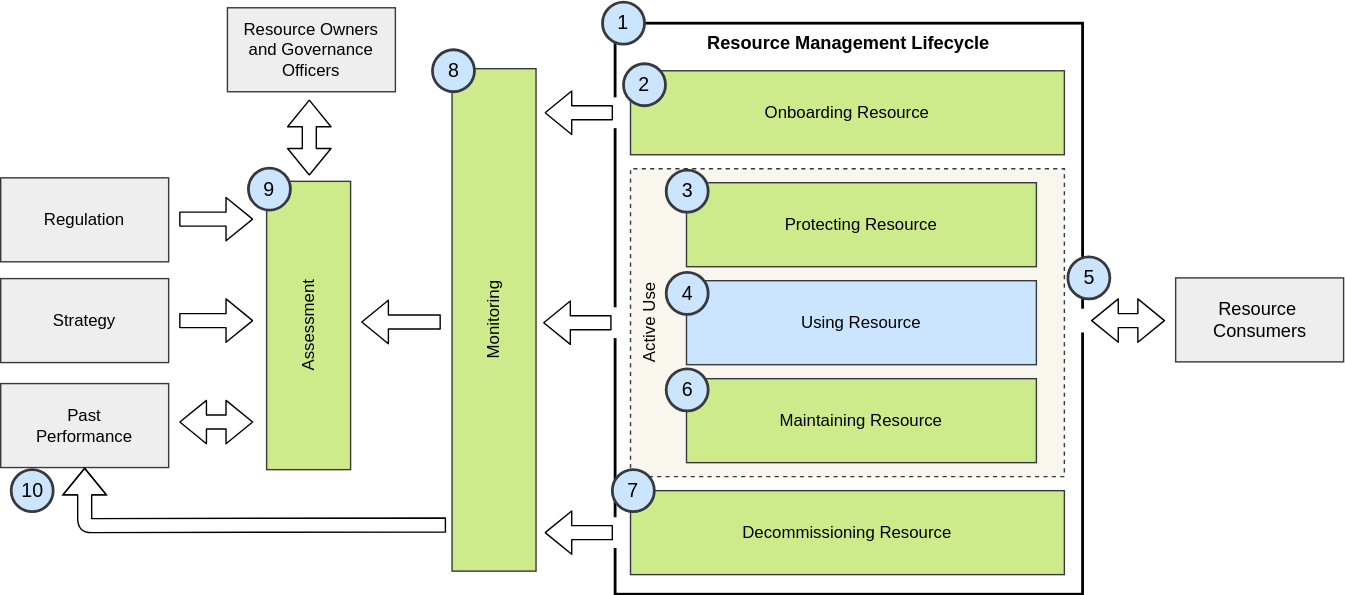
Before: site/docs/practices/governance-basics/capabilities-of-the-governing-systems.svg, a diagram exported from draw.io (odpi/egeria-docs). Source tidied: cells renumbered, new cells last; positions are measured from the earlier drawing's top-left corner, leaving out a move shared by most shapes. Source of this version:
```xml
<mxGraphModel>
  <root>
    <mxCell id="0" />
    <mxCell id="1" parent="0" />
    <mxCell id="2" style="shape=flexArrow;endArrow=classic;startArrow=classic;html=1;strokeColor=#000000;fontSize=13;entryX=0.5;entryY=0;entryDx=0;entryDy=0;" parent="1" edge="1" source="4" target="3">
      <mxGeometry relative="1" as="geometry" />
    </mxCell>
    <mxCell id="3" style="rounded=0;whiteSpace=wrap;html=1;strokeColor=none;strokeWidth=1;fontSize=13;align=center;" parent="1" vertex="1">
      <mxGeometry x="225.5" y="124" width="40" height="20" as="geometry" />
    </mxCell>
    <mxCell id="4" style="rounded=0;whiteSpace=wrap;html=1;strokeColor=none;strokeWidth=1;fontSize=13;align=center;" parent="1" vertex="1">
      <mxGeometry x="225.5" y="49.5" width="40" height="20" as="geometry" />
    </mxCell>
    <mxCell id="5" value="Resource Management Lifecycle" style="rounded=0;whiteSpace=wrap;html=1;strokeColor=#000000;strokeWidth=2;fontSize=13;align=center;verticalAlign=top;fontStyle=1;" parent="1" vertex="1">
      <mxGeometry x="464" y="15" width="334" height="408" as="geometry" />
    </mxCell>
    <mxCell id="6" style="rounded=0;whiteSpace=wrap;html=1;rotation=-90;strokeColor=none;" parent="1" vertex="1">
      <mxGeometry x="459" y="71.5" width="22" height="15" as="geometry" />
    </mxCell>
    <mxCell id="7" style="shape=flexArrow;endArrow=classic;html=1;entryX=0.5;entryY=1;entryDx=0;entryDy=0;exitX=0.5;exitY=0;exitDx=0;exitDy=0;strokeColor=#000000;" parent="1" edge="1" source="6" target="8">
      <mxGeometry relative="1" as="geometry" />
    </mxCell>
    <mxCell id="8" style="rounded=0;whiteSpace=wrap;html=1;rotation=-90;strokeColor=none;" parent="1" vertex="1">
      <mxGeometry x="395" y="71.5" width="22" height="15" as="geometry" />
    </mxCell>
    <mxCell id="9" style="rounded=0;whiteSpace=wrap;html=1;rotation=-90;strokeColor=none;" parent="1" vertex="1">
      <mxGeometry x="458" y="221.5" width="22" height="15" as="geometry" />
    </mxCell>
    <mxCell id="10" style="shape=flexArrow;endArrow=classic;html=1;entryX=0.5;entryY=1;entryDx=0;entryDy=0;exitX=0.5;exitY=0;exitDx=0;exitDy=0;strokeColor=#000000;" parent="1" edge="1" source="9" target="11">
      <mxGeometry relative="1" as="geometry" />
    </mxCell>
    <mxCell id="11" style="rounded=0;whiteSpace=wrap;html=1;rotation=-90;strokeColor=none;" parent="1" vertex="1">
      <mxGeometry x="394" y="221.5" width="22" height="15" as="geometry" />
    </mxCell>
    <mxCell id="12" style="rounded=0;whiteSpace=wrap;html=1;rotation=-90;strokeColor=none;" parent="1" vertex="1">
      <mxGeometry x="130" y="221" width="290" height="15" as="geometry" />
    </mxCell>
    <mxCell id="13" style="rounded=0;whiteSpace=wrap;html=1;rotation=-90;strokeColor=none;" parent="1" vertex="1">
      <mxGeometry x="202" y="221" width="290" height="15" as="geometry" />
    </mxCell>
    <mxCell id="14" style="rounded=0;whiteSpace=wrap;html=1;rotation=-90;strokeColor=none;" parent="1" vertex="1">
      <mxGeometry x="459" y="371.5" width="22" height="15" as="geometry" />
    </mxCell>
    <mxCell id="15" style="shape=flexArrow;endArrow=classic;html=1;entryX=0.5;entryY=1;entryDx=0;entryDy=0;exitX=0.5;exitY=0;exitDx=0;exitDy=0;strokeColor=#000000;" parent="1" edge="1" source="14" target="16">
      <mxGeometry relative="1" as="geometry" />
    </mxCell>
    <mxCell id="16" style="rounded=0;whiteSpace=wrap;html=1;rotation=-90;strokeColor=none;" parent="1" vertex="1">
      <mxGeometry x="395" y="371.5" width="22" height="15" as="geometry" />
    </mxCell>
    <mxCell id="17" style="rounded=0;whiteSpace=wrap;html=1;rotation=-90;strokeColor=none;" parent="1" vertex="1">
      <mxGeometry y="220" width="290" height="15" as="geometry" />
    </mxCell>
    <mxCell id="18" value="Onboarding Resource" style="rounded=0;whiteSpace=wrap;html=1;fillColor=#cdeb8b;strokeColor=#36393d;" parent="1" vertex="1">
      <mxGeometry x="475" y="49" width="310" height="60" as="geometry" />
    </mxCell>
    <mxCell id="19" value="Decommissioning Resource" style="rounded=0;whiteSpace=wrap;html=1;fillColor=#cdeb8b;strokeColor=#36393d;" parent="1" vertex="1">
      <mxGeometry x="475" y="349" width="310" height="60" as="geometry" />
    </mxCell>
    <mxCell id="20" value="Active Use" style="rounded=0;whiteSpace=wrap;html=1;verticalAlign=top;dashed=1;rotation=-90;fillColor=#f9f7ed;strokeColor=#36393d;" parent="1" vertex="1">
      <mxGeometry x="520" y="74" width="220" height="310" as="geometry" />
    </mxCell>
    <mxCell id="21" style="shape=flexArrow;endArrow=classic;html=1;entryX=0.75;entryY=0;entryDx=0;entryDy=0;exitX=0.75;exitY=1;exitDx=0;exitDy=0;" parent="1" edge="1" source="17" target="26">
      <mxGeometry relative="1" as="geometry" />
    </mxCell>
    <mxCell id="22" value="Regulation" style="rounded=0;whiteSpace=wrap;html=1;fillColor=#eeeeee;strokeColor=#36393d;" parent="1" vertex="1">
      <mxGeometry x="25" y="125.5" width="120" height="60" as="geometry" />
    </mxCell>
    <mxCell id="23" value="Strategy" style="rounded=0;whiteSpace=wrap;html=1;fillColor=#eeeeee;strokeColor=#36393d;" parent="1" vertex="1">
      <mxGeometry x="25" y="197.5" width="120" height="60" as="geometry" />
    </mxCell>
    <mxCell id="24" value="Past&lt;br&gt;Performance&lt;br&gt;" style="rounded=0;whiteSpace=wrap;html=1;fillColor=#eeeeee;strokeColor=#36393d;" parent="1" vertex="1">
      <mxGeometry x="25" y="272.5" width="120" height="60" as="geometry" />
    </mxCell>
    <mxCell id="25" style="shape=flexArrow;endArrow=classic;html=1;entryX=0.5;entryY=0;entryDx=0;entryDy=0;exitX=0.5;exitY=1;exitDx=0;exitDy=0;" parent="1" edge="1" source="17" target="26">
      <mxGeometry relative="1" as="geometry" />
    </mxCell>
    <mxCell id="26" style="rounded=0;whiteSpace=wrap;html=1;rotation=-90;strokeColor=none;" parent="1" vertex="1">
      <mxGeometry x="68" y="220" width="290" height="15" as="geometry" />
    </mxCell>
    <mxCell id="27" value="Assessment" style="rounded=0;whiteSpace=wrap;html=1;rotation=-90;fillColor=#cdeb8b;strokeColor=#36393d;" parent="1" vertex="1">
      <mxGeometry x="142" y="201" width="206" height="60" as="geometry" />
    </mxCell>
    <mxCell id="28" value="Using Resource" style="rounded=0;whiteSpace=wrap;html=1;strokeColor=#36393d;fillColor=#cce5ff;" parent="1" vertex="1">
      <mxGeometry x="515" y="199" width="250" height="60" as="geometry" />
    </mxCell>
    <mxCell id="29" value="Maintaining Resource" style="rounded=0;whiteSpace=wrap;html=1;strokeColor=#36393d;fillColor=#cdeb8b;" parent="1" vertex="1">
      <mxGeometry x="515" y="269" width="250" height="60" as="geometry" />
    </mxCell>
    <mxCell id="30" value="Protecting Resource" style="rounded=0;whiteSpace=wrap;html=1;strokeColor=#36393d;fillColor=#cdeb8b;" parent="1" vertex="1">
      <mxGeometry x="515" y="129" width="250" height="60" as="geometry" />
    </mxCell>
    <mxCell id="31" value="Monitoring" style="rounded=0;whiteSpace=wrap;html=1;rotation=-90;fillColor=#cdeb8b;strokeColor=#36393d;" parent="1" vertex="1">
      <mxGeometry x="198" y="197" width="359" height="60" as="geometry" />
    </mxCell>
    <mxCell id="32" style="shape=flexArrow;endArrow=classic;html=1;entryX=0.5;entryY=1;entryDx=0;entryDy=0;exitX=0;exitY=0.25;exitDx=0;exitDy=0;" parent="1" edge="1" source="13" target="24">
      <mxGeometry relative="1" as="geometry">
        <Array as="points">
          <mxPoint x="85" y="374" />
        </Array>
      </mxGeometry>
    </mxCell>
    <mxCell id="33" style="shape=flexArrow;endArrow=classic;startArrow=classic;html=1;strokeColor=#000000;entryX=0.25;entryY=0;entryDx=0;entryDy=0;exitX=0.25;exitY=1;exitDx=0;exitDy=0;" parent="1" edge="1" source="17" target="26">
      <mxGeometry relative="1" as="geometry" />
    </mxCell>
    <mxCell id="34" style="shape=flexArrow;endArrow=classic;html=1;strokeColor=#000000;entryX=0.5;entryY=1;entryDx=0;entryDy=0;exitX=0.5;exitY=0;exitDx=0;exitDy=0;" parent="1" edge="1" source="13" target="12">
      <mxGeometry relative="1" as="geometry" />
    </mxCell>
    <mxCell id="35" value="&lt;div style=&quot;text-align: center&quot;&gt;&lt;span&gt;1&lt;/span&gt;&lt;/div&gt;" style="ellipse;whiteSpace=wrap;html=1;strokeColor=#36393d;strokeWidth=2;fontSize=14;align=center;fillColor=#cce5ff;" parent="1" vertex="1">
      <mxGeometry x="455" width="30" height="30" as="geometry" />
    </mxCell>
    <mxCell id="36" value="&lt;div style=&quot;text-align: center&quot;&gt;&lt;span&gt;2&lt;/span&gt;&lt;/div&gt;" style="ellipse;whiteSpace=wrap;html=1;strokeColor=#36393d;strokeWidth=2;fontSize=14;align=center;fillColor=#cce5ff;" parent="1" vertex="1">
      <mxGeometry x="470" y="44" width="30" height="30" as="geometry" />
    </mxCell>
    <mxCell id="37" value="&lt;div style=&quot;text-align: center&quot;&gt;&lt;span&gt;3&lt;/span&gt;&lt;/div&gt;" style="ellipse;whiteSpace=wrap;html=1;strokeColor=#36393d;strokeWidth=2;fontSize=14;align=center;fillColor=#cce5ff;" parent="1" vertex="1">
      <mxGeometry x="500.5" y="120" width="30" height="30" as="geometry" />
    </mxCell>
    <mxCell id="38" value="&lt;div style=&quot;text-align: center&quot;&gt;&lt;span&gt;4&lt;/span&gt;&lt;/div&gt;" style="ellipse;whiteSpace=wrap;html=1;strokeColor=#36393d;strokeWidth=2;fontSize=14;align=center;fillColor=#cce5ff;" parent="1" vertex="1">
      <mxGeometry x="500.5" y="193" width="30" height="30" as="geometry" />
    </mxCell>
    <mxCell id="39" value="&lt;div style=&quot;text-align: center&quot;&gt;&lt;span&gt;5&lt;/span&gt;&lt;/div&gt;" style="ellipse;whiteSpace=wrap;html=1;strokeColor=#36393d;strokeWidth=2;fontSize=14;align=center;fillColor=#cce5ff;" parent="1" vertex="1">
      <mxGeometry x="787.5" y="182" width="30" height="30" as="geometry" />
    </mxCell>
    <mxCell id="40" value="Resource Owners and Governance Officers" style="rounded=0;whiteSpace=wrap;html=1;fillColor=#eeeeee;strokeColor=#36393d;" parent="1" vertex="1">
      <mxGeometry x="187" y="4" width="120" height="60" as="geometry" />
    </mxCell>
    <mxCell id="41" style="rounded=0;whiteSpace=wrap;html=1;rotation=-90;strokeColor=none;" parent="1" vertex="1">
      <mxGeometry x="788" y="220" width="17" height="15" as="geometry" />
    </mxCell>
    <mxCell id="42" style="rounded=0;whiteSpace=wrap;html=1;rotation=-90;strokeColor=none;" parent="1" vertex="1">
      <mxGeometry x="856" y="220" width="17" height="15" as="geometry" />
    </mxCell>
    <mxCell id="43" style="shape=flexArrow;endArrow=classic;startArrow=classic;html=1;strokeColor=#000000;entryX=0.5;entryY=0;entryDx=0;entryDy=0;" parent="1" edge="1" source="41" target="42">
      <mxGeometry relative="1" as="geometry" />
    </mxCell>
    <mxCell id="44" value="Resource&amp;nbsp;&lt;br&gt;Consumers&lt;br&gt;" style="rounded=0;whiteSpace=wrap;html=1;strokeColor=#36393d;strokeWidth=1;fontSize=13;align=center;spacing=2;fillColor=#eeeeee;" parent="1" vertex="1">
      <mxGeometry x="864.5" y="197" width="120" height="60" as="geometry" />
    </mxCell>
    <mxCell id="45" value="&lt;div style=&quot;text-align: center&quot;&gt;&lt;span&gt;9&lt;/span&gt;&lt;/div&gt;" style="ellipse;whiteSpace=wrap;html=1;strokeColor=#36393d;strokeWidth=2;fontSize=14;align=center;fillColor=#cce5ff;" parent="1" vertex="1">
      <mxGeometry x="202" y="118.5" width="30" height="30" as="geometry" />
    </mxCell>
    <mxCell id="46" value="&lt;div style=&quot;text-align: center&quot;&gt;&lt;span&gt;10&lt;/span&gt;&lt;/div&gt;" style="ellipse;whiteSpace=wrap;html=1;strokeColor=#36393d;strokeWidth=2;fontSize=14;align=center;fillColor=#cce5ff;" parent="1" vertex="1">
      <mxGeometry x="32.5" y="334" width="30" height="30" as="geometry" />
    </mxCell>
    <mxCell id="47" value="&lt;div style=&quot;text-align: center&quot;&gt;&lt;span&gt;8&lt;/span&gt;&lt;/div&gt;" style="ellipse;whiteSpace=wrap;html=1;strokeColor=#36393d;strokeWidth=2;fontSize=14;align=center;fillColor=#cce5ff;" parent="1" vertex="1">
      <mxGeometry x="333.5" y="34" width="30" height="30" as="geometry" />
    </mxCell>
    <mxCell id="48" value="&lt;div style=&quot;text-align: center&quot;&gt;&lt;span&gt;7&lt;/span&gt;&lt;/div&gt;" style="ellipse;whiteSpace=wrap;html=1;strokeColor=#36393d;strokeWidth=2;fontSize=14;align=center;fillColor=#cce5ff;" parent="1" vertex="1">
      <mxGeometry x="462" y="334" width="30" height="30" as="geometry" />
    </mxCell>
    <mxCell id="49" value="&lt;div style=&quot;text-align: center&quot;&gt;&lt;span&gt;6&lt;/span&gt;&lt;/div&gt;" style="ellipse;whiteSpace=wrap;html=1;strokeColor=#36393d;strokeWidth=2;fontSize=14;align=center;fillColor=#cce5ff;" parent="1" vertex="1">
      <mxGeometry x="500.5" y="262" width="30" height="30" as="geometry" />
    </mxCell>
  </root>
</mxGraphModel>
```
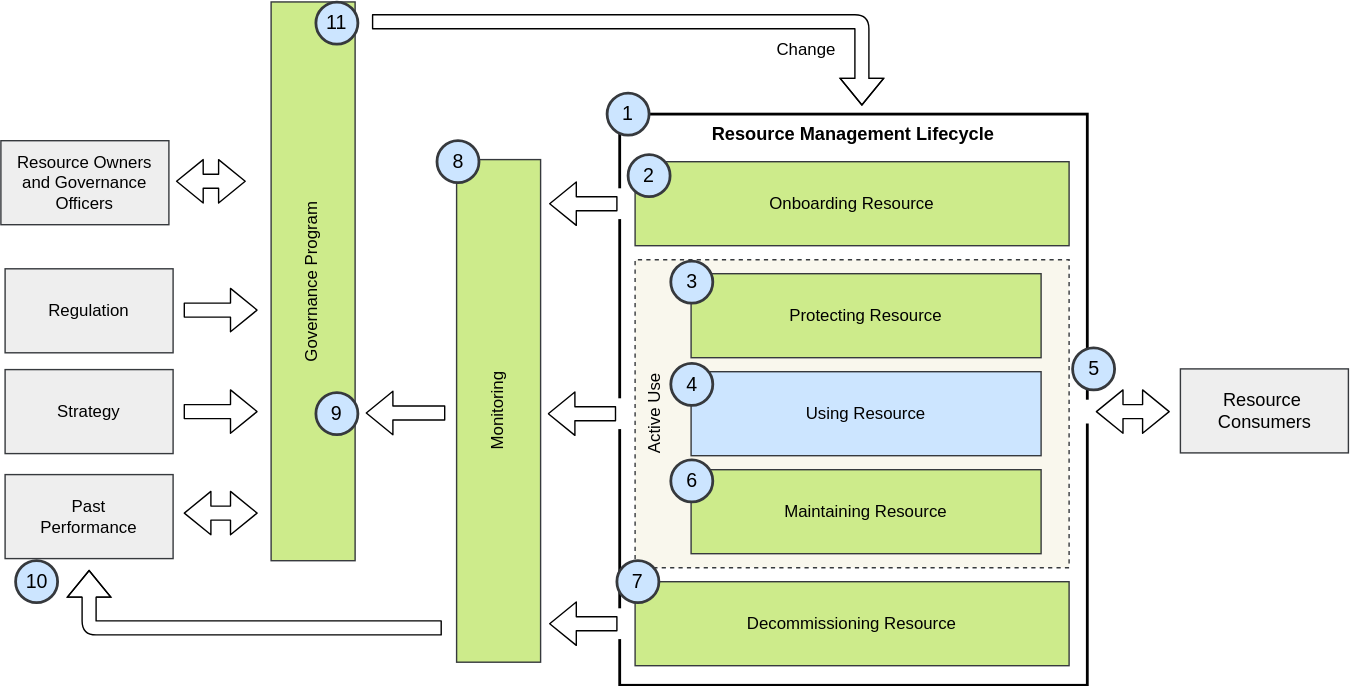
The same diagram one commit later.

Commit message:
Add description of govenance program lifecycle:

Diff of the diagram source:
```diff
@@ -2,8 +2,11 @@
   <root>
     <mxCell id="0" />
     <mxCell id="1" parent="0" />
-    <mxCell id="2" style="shape=flexArrow;endArrow=classic;startArrow=classic;html=1;strokeColor=#000000;fontSize=13;entryX=0.5;entryY=0;entryDx=0;entryDy=0;" parent="1" edge="1" source="4" target="3">
-      <mxGeometry relative="1" as="geometry" />
+    <mxCell id="2" style="shape=flexArrow;endArrow=classic;startArrow=classic;html=1;strokeColor=#000000;fontSize=13;" parent="1" edge="1">
+      <mxGeometry relative="1" as="geometry">
+        <mxPoint x="147" y="63" as="sourcePoint" />
+        <mxPoint x="197" y="63" as="targetPoint" />
+      </mxGeometry>
     </mxCell>
     <mxCell id="3" style="rounded=0;whiteSpace=wrap;html=1;strokeColor=none;strokeWidth=1;fontSize=13;align=center;" parent="1" vertex="1">
       <mxGeometry x="225.5" y="124" width="40" height="20" as="geometry" />
@@ -77,8 +80,8 @@
     <mxCell id="26" style="rounded=0;whiteSpace=wrap;html=1;rotation=-90;strokeColor=none;" parent="1" vertex="1">
       <mxGeometry x="68" y="220" width="290" height="15" as="geometry" />
     </mxCell>
-    <mxCell id="27" value="Assessment" style="rounded=0;whiteSpace=wrap;html=1;rotation=-90;fillColor=#cdeb8b;strokeColor=#36393d;" parent="1" vertex="1">
-      <mxGeometry x="142" y="201" width="206" height="60" as="geometry" />
+    <mxCell id="27" value="Governance Program" style="rounded=0;whiteSpace=wrap;html=1;rotation=-90;fillColor=#cdeb8b;strokeColor=#36393d;" parent="1" vertex="1">
+      <mxGeometry x="45.4" y="104.4" width="399.1" height="60" as="geometry" />
     </mxCell>
     <mxCell id="28" value="Using Resource" style="rounded=0;whiteSpace=wrap;html=1;strokeColor=#36393d;fillColor=#cce5ff;" parent="1" vertex="1">
       <mxGeometry x="515" y="199" width="250" height="60" as="geometry" />
@@ -92,10 +95,12 @@
     <mxCell id="31" value="Monitoring" style="rounded=0;whiteSpace=wrap;html=1;rotation=-90;fillColor=#cdeb8b;strokeColor=#36393d;" parent="1" vertex="1">
       <mxGeometry x="198" y="197" width="359" height="60" as="geometry" />
     </mxCell>
-    <mxCell id="32" style="shape=flexArrow;endArrow=classic;html=1;entryX=0.5;entryY=1;entryDx=0;entryDy=0;exitX=0;exitY=0.25;exitDx=0;exitDy=0;" parent="1" edge="1" source="13" target="24">
+    <mxCell id="32" style="shape=flexArrow;endArrow=classic;html=1;entryX=0.5;entryY=1;entryDx=0;entryDy=0;" parent="1" edge="1">
       <mxGeometry relative="1" as="geometry">
+        <mxPoint x="337" y="382" as="sourcePoint" />
+        <mxPoint x="85" y="340.5" as="targetPoint" />
         <Array as="points">
-          <mxPoint x="85" y="374" />
+          <mxPoint x="85" y="382" />
         </Array>
       </mxGeometry>
     </mxCell>
@@ -121,7 +126,7 @@
       <mxGeometry x="787.5" y="182" width="30" height="30" as="geometry" />
     </mxCell>
     <mxCell id="40" value="Resource Owners and Governance Officers" style="rounded=0;whiteSpace=wrap;html=1;fillColor=#eeeeee;strokeColor=#36393d;" parent="1" vertex="1">
-      <mxGeometry x="187" y="4" width="120" height="60" as="geometry" />
+      <mxGeometry x="22" y="34" width="120" height="60" as="geometry" />
     </mxCell>
     <mxCell id="41" style="rounded=0;whiteSpace=wrap;html=1;rotation=-90;strokeColor=none;" parent="1" vertex="1">
       <mxGeometry x="788" y="220" width="17" height="15" as="geometry" />
@@ -136,7 +141,7 @@
       <mxGeometry x="864.5" y="197" width="120" height="60" as="geometry" />
     </mxCell>
     <mxCell id="45" value="&lt;div style=&quot;text-align: center&quot;&gt;&lt;span&gt;9&lt;/span&gt;&lt;/div&gt;" style="ellipse;whiteSpace=wrap;html=1;strokeColor=#36393d;strokeWidth=2;fontSize=14;align=center;fillColor=#cce5ff;" parent="1" vertex="1">
-      <mxGeometry x="202" y="118.5" width="30" height="30" as="geometry" />
+      <mxGeometry x="247" y="214" width="30" height="30" as="geometry" />
     </mxCell>
     <mxCell id="46" value="&lt;div style=&quot;text-align: center&quot;&gt;&lt;span&gt;10&lt;/span&gt;&lt;/div&gt;" style="ellipse;whiteSpace=wrap;html=1;strokeColor=#36393d;strokeWidth=2;fontSize=14;align=center;fillColor=#cce5ff;" parent="1" vertex="1">
       <mxGeometry x="32.5" y="334" width="30" height="30" as="geometry" />
@@ -150,5 +155,20 @@
     <mxCell id="49" value="&lt;div style=&quot;text-align: center&quot;&gt;&lt;span&gt;6&lt;/span&gt;&lt;/div&gt;" style="ellipse;whiteSpace=wrap;html=1;strokeColor=#36393d;strokeWidth=2;fontSize=14;align=center;fillColor=#cce5ff;" parent="1" vertex="1">
       <mxGeometry x="500.5" y="262" width="30" height="30" as="geometry" />
     </mxCell>
+    <mxCell id="50" style="shape=flexArrow;endArrow=classic;html=1;" parent="1" edge="1">
+      <mxGeometry relative="1" as="geometry">
+        <mxPoint x="287" y="-51" as="sourcePoint" />
+        <mxPoint x="637" y="9" as="targetPoint" />
+        <Array as="points">
+          <mxPoint x="637" y="-51" />
+        </Array>
+      </mxGeometry>
+    </mxCell>
+    <mxCell id="51" value="Change" style="text;html=1;align=center;verticalAlign=middle;strokeColor=none;fillColor=none;" parent="1" vertex="1">
+      <mxGeometry x="567" y="-41" width="60" height="20" as="geometry" />
+    </mxCell>
+    <mxCell id="52" value="&lt;div style=&quot;text-align: center&quot;&gt;&lt;span&gt;11&lt;/span&gt;&lt;/div&gt;" style="ellipse;whiteSpace=wrap;html=1;strokeColor=#36393d;strokeWidth=2;fontSize=14;align=center;fillColor=#cce5ff;" parent="1" vertex="1">
+      <mxGeometry x="247" y="-65" width="30" height="30" as="geometry" />
+    </mxCell>
   </root>
 </mxGraphModel>
```
